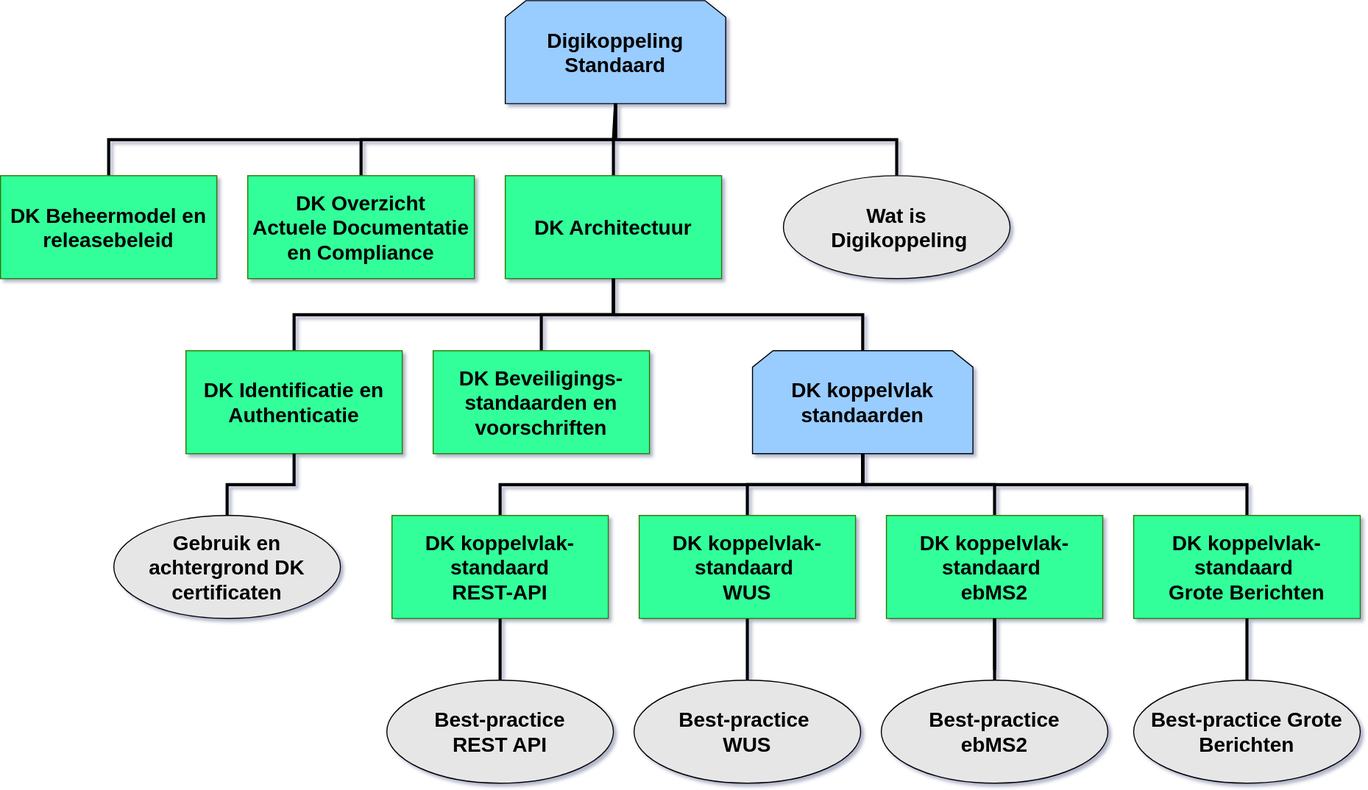
Logius-standaarden/API-Design-Rules keeps this draw.io diagram as media/DK_Specificatie_structuur.svg. Above is the earlier version. Source tidied: cells renumbered, new cells last; positions are measured from the earlier drawing's top-left corner, leaving out a move shared by most shapes. The source it was exported from:
```xml
<mxGraphModel>
  <root>
    <mxCell id="0" />
    <mxCell id="1" parent="0" />
    <mxCell id="2" style="edgeStyle=elbowEdgeStyle;rounded=0;jettySize=auto;html=1;exitX=0.5;exitY=1;exitDx=0;exitDy=0;entryX=0.5;entryY=0;entryDx=0;entryDy=0;fontSize=20;fontColor=#000000;elbow=vertical;strokeWidth=3;endArrow=none;endFill=0;" parent="1" edge="1" source="3" target="4">
      <mxGeometry relative="1" as="geometry" />
    </mxCell>
    <mxCell id="3" value="&lt;b style=&quot;font-size: 20px;&quot;&gt;Digikoppeling&lt;br style=&quot;font-size: 20px;&quot;&gt;&amp;nbsp;Standaard&amp;nbsp;&lt;/b&gt;" style="shape=loopLimit;whiteSpace=wrap;html=1;fontSize=20;fillColor=#99CCFF;" parent="1" vertex="1">
      <mxGeometry x="490" width="214" height="100" as="geometry" />
    </mxCell>
    <mxCell id="4" value="DK Beheermodel en releasebeleid" style="rounded=0;whiteSpace=wrap;html=1;fontSize=20;fontStyle=1;fillColor=#33FF99;strokeColor=#2D7600;fontColor=#000000;" parent="1" vertex="1">
      <mxGeometry y="170" width="210" height="100" as="geometry" />
    </mxCell>
    <mxCell id="5" style="edgeStyle=elbowEdgeStyle;rounded=0;jettySize=auto;elbow=vertical;html=1;exitX=0.5;exitY=0;exitDx=0;exitDy=0;entryX=0.5;entryY=1;entryDx=0;entryDy=0;fontSize=20;fontColor=#000000;endArrow=none;endFill=0;strokeWidth=3;" parent="1" edge="1" source="6" target="3">
      <mxGeometry relative="1" as="geometry" />
    </mxCell>
    <mxCell id="6" value="&lt;div style=&quot;font-size: 20px&quot;&gt;&lt;br&gt;&lt;/div&gt;&lt;div style=&quot;font-size: 20px&quot;&gt;DK Overzicht &lt;br&gt;Actuele Documentatie en Compliance&lt;/div&gt;&lt;div style=&quot;font-size: 20px&quot;&gt;&lt;br style=&quot;font-size: 20px&quot;&gt;&lt;/div&gt;" style="rounded=0;whiteSpace=wrap;html=1;fontSize=20;fontStyle=1;fillColor=#33FF99;strokeColor=#2D7600;fontColor=#000000;" parent="1" vertex="1">
      <mxGeometry x="240" y="170" width="220" height="100" as="geometry" />
    </mxCell>
    <mxCell id="7" style="edgeStyle=elbowEdgeStyle;rounded=0;jettySize=auto;elbow=vertical;html=1;exitX=0.5;exitY=0;exitDx=0;exitDy=0;entryX=0.5;entryY=1;entryDx=0;entryDy=0;fontSize=20;fontColor=#000000;endArrow=none;endFill=0;strokeWidth=3;" parent="1" edge="1" source="9" target="3">
      <mxGeometry relative="1" as="geometry" />
    </mxCell>
    <mxCell id="8" style="edgeStyle=elbowEdgeStyle;rounded=0;jettySize=auto;elbow=vertical;html=1;exitX=0.5;exitY=1;exitDx=0;exitDy=0;entryX=0.5;entryY=0;entryDx=0;entryDy=0;fontSize=20;fontColor=#000000;endArrow=none;endFill=0;strokeWidth=3;" parent="1" edge="1" source="9" target="12">
      <mxGeometry relative="1" as="geometry" />
    </mxCell>
    <mxCell id="9" value="&lt;div style=&quot;font-size: 20px&quot;&gt;DK Architectuur&lt;/div&gt;" style="rounded=0;whiteSpace=wrap;html=1;fontSize=20;fontStyle=1;fillColor=#33FF99;strokeColor=#2D7600;fontColor=#000000;" parent="1" vertex="1">
      <mxGeometry x="490" y="170" width="210" height="100" as="geometry" />
    </mxCell>
    <mxCell id="10" style="edgeStyle=elbowEdgeStyle;rounded=0;jettySize=auto;elbow=vertical;html=1;exitX=0.5;exitY=0;exitDx=0;exitDy=0;entryX=0.5;entryY=1;entryDx=0;entryDy=0;fontSize=20;fontColor=#000000;endArrow=none;endFill=0;strokeWidth=3;" parent="1" edge="1" source="11" target="3">
      <mxGeometry relative="1" as="geometry" />
    </mxCell>
    <mxCell id="11" value="Wat is&lt;br&gt;&amp;nbsp;Digikoppeling" style="ellipse;whiteSpace=wrap;html=1;fontSize=20;fontColor=#000000;fillColor=#E6E6E6;fontStyle=1;" parent="1" vertex="1">
      <mxGeometry x="760" y="170" width="220" height="100" as="geometry" />
    </mxCell>
    <mxCell id="12" value="&lt;div&gt;DK Identificatie en Authenticatie&lt;/div&gt;" style="rounded=0;whiteSpace=wrap;html=1;fontSize=20;fontStyle=1;fillColor=#33FF99;strokeColor=#2D7600;fontColor=#000000;" parent="1" vertex="1">
      <mxGeometry x="180" y="340" width="210" height="100" as="geometry" />
    </mxCell>
    <mxCell id="13" style="edgeStyle=elbowEdgeStyle;rounded=0;jettySize=auto;elbow=vertical;html=1;exitX=0.5;exitY=0;exitDx=0;exitDy=0;entryX=0.5;entryY=1;entryDx=0;entryDy=0;fontSize=20;fontColor=#000000;endArrow=none;endFill=0;strokeWidth=3;" parent="1" edge="1" source="14" target="9">
      <mxGeometry relative="1" as="geometry" />
    </mxCell>
    <mxCell id="14" value="&lt;div&gt;DK Beveiligings-standaarden en voorschriften&lt;/div&gt;" style="rounded=0;whiteSpace=wrap;html=1;fontSize=20;fontStyle=1;fillColor=#33FF99;strokeColor=#2D7600;fontColor=#000000;" parent="1" vertex="1">
      <mxGeometry x="420" y="340" width="210" height="100" as="geometry" />
    </mxCell>
    <mxCell id="15" style="edgeStyle=elbowEdgeStyle;rounded=0;jettySize=auto;elbow=vertical;html=1;exitX=0.5;exitY=0;exitDx=0;exitDy=0;entryX=0.5;entryY=1;entryDx=0;entryDy=0;fontSize=20;fontColor=#000000;endArrow=none;endFill=0;strokeWidth=3;" parent="1" edge="1" source="16" target="9">
      <mxGeometry relative="1" as="geometry" />
    </mxCell>
    <mxCell id="16" value="DK koppelvlak standaarden" style="shape=loopLimit;whiteSpace=wrap;html=1;fontSize=20;fillColor=#99CCFF;fontStyle=1;" parent="1" vertex="1">
      <mxGeometry x="730" y="340" width="214" height="100" as="geometry" />
    </mxCell>
    <mxCell id="17" style="edgeStyle=elbowEdgeStyle;rounded=0;jettySize=auto;elbow=vertical;html=1;exitX=0.5;exitY=0;exitDx=0;exitDy=0;entryX=0.5;entryY=1;entryDx=0;entryDy=0;fontSize=20;fontColor=#000000;endArrow=none;endFill=0;strokeWidth=3;" parent="1" edge="1" source="19" target="16">
      <mxGeometry relative="1" as="geometry" />
    </mxCell>
    <mxCell id="18" style="edgeStyle=elbowEdgeStyle;rounded=0;jettySize=auto;elbow=vertical;html=1;exitX=0.5;exitY=1;exitDx=0;exitDy=0;entryX=0.5;entryY=0;entryDx=0;entryDy=0;fontSize=20;fontColor=#000000;endArrow=none;endFill=0;strokeWidth=3;" parent="1" edge="1" source="19" target="28">
      <mxGeometry relative="1" as="geometry" />
    </mxCell>
    <mxCell id="19" value="&lt;div&gt;DK koppelvlak-standaard&lt;/div&gt;&lt;div&gt;&lt;span&gt;&#9;&lt;/span&gt; REST-API&lt;/div&gt;" style="rounded=0;whiteSpace=wrap;html=1;fontSize=20;fontStyle=1;fillColor=#33FF99;strokeColor=#2D7600;fontColor=#000000;" parent="1" vertex="1">
      <mxGeometry x="380" y="500" width="210" height="100" as="geometry" />
    </mxCell>
    <mxCell id="20" style="edgeStyle=elbowEdgeStyle;rounded=0;jettySize=auto;elbow=vertical;html=1;exitX=0.5;exitY=0;exitDx=0;exitDy=0;entryX=0.5;entryY=1;entryDx=0;entryDy=0;fontSize=20;fontColor=#000000;endArrow=none;endFill=0;strokeWidth=3;" parent="1" edge="1" source="22" target="16">
      <mxGeometry relative="1" as="geometry" />
    </mxCell>
    <mxCell id="21" style="edgeStyle=elbowEdgeStyle;rounded=0;jettySize=auto;elbow=vertical;html=1;exitX=0.5;exitY=1;exitDx=0;exitDy=0;fontSize=20;fontColor=#000000;endArrow=none;endFill=0;strokeWidth=3;entryX=0.5;entryY=0;entryDx=0;entryDy=0;" parent="1" edge="1" source="22" target="29">
      <mxGeometry relative="1" as="geometry" />
    </mxCell>
    <mxCell id="22" value="&lt;div&gt;DK koppelvlak-standaard&amp;nbsp;&lt;/div&gt;&lt;div&gt;&lt;span&gt;&#9;&lt;/span&gt;WUS&lt;/div&gt;" style="rounded=0;whiteSpace=wrap;html=1;fontSize=20;fontStyle=1;fillColor=#33FF99;strokeColor=#2D7600;fontColor=#000000;" parent="1" vertex="1">
      <mxGeometry x="620" y="500" width="210" height="100" as="geometry" />
    </mxCell>
    <mxCell id="23" style="edgeStyle=elbowEdgeStyle;rounded=0;jettySize=auto;elbow=vertical;html=1;exitX=0.5;exitY=0;exitDx=0;exitDy=0;entryX=0.5;entryY=1;entryDx=0;entryDy=0;fontSize=20;fontColor=#000000;endArrow=none;endFill=0;strokeWidth=3;" parent="1" edge="1" source="25" target="16">
      <mxGeometry relative="1" as="geometry" />
    </mxCell>
    <mxCell id="24" style="edgeStyle=elbowEdgeStyle;rounded=0;jettySize=auto;elbow=vertical;html=1;exitX=0.5;exitY=1;exitDx=0;exitDy=0;fontSize=20;fontColor=#000000;endArrow=none;endFill=0;strokeWidth=3;" parent="1" edge="1" source="25">
      <mxGeometry relative="1" as="geometry">
        <mxPoint x="965" y="650" as="targetPoint" />
      </mxGeometry>
    </mxCell>
    <mxCell id="25" value="&lt;div&gt;DK koppelvlak-standaard&amp;nbsp;&lt;/div&gt;&lt;div&gt;&lt;span&gt;&#9;&lt;/span&gt;ebMS2&lt;/div&gt;" style="rounded=0;whiteSpace=wrap;html=1;fontSize=20;fontStyle=1;fillColor=#33FF99;strokeColor=#2D7600;fontColor=#000000;" parent="1" vertex="1">
      <mxGeometry x="860" y="500" width="210" height="100" as="geometry" />
    </mxCell>
    <mxCell id="26" style="edgeStyle=elbowEdgeStyle;rounded=0;jettySize=auto;elbow=vertical;html=1;exitX=0.5;exitY=0;exitDx=0;exitDy=0;entryX=0.5;entryY=1;entryDx=0;entryDy=0;fontSize=20;fontColor=#000000;endArrow=none;endFill=0;strokeWidth=3;" parent="1" edge="1" source="27" target="16">
      <mxGeometry relative="1" as="geometry" />
    </mxCell>
    <mxCell id="27" value="DK koppelvlak-standaard &#10;&#9;Grote Berichten" style="rounded=0;whiteSpace=wrap;html=1;fontSize=20;fontStyle=1;fillColor=#33FF99;strokeColor=#2D7600;fontColor=#000000;" parent="1" vertex="1">
      <mxGeometry x="1100" y="500" width="220" height="100" as="geometry" />
    </mxCell>
    <mxCell id="28" value="&lt;div&gt;Best-practice&lt;/div&gt;&lt;div&gt;&lt;span&gt;&#9;&#9;&lt;/span&gt;REST API&lt;/div&gt;" style="ellipse;whiteSpace=wrap;html=1;fontSize=20;fontColor=#000000;fillColor=#E6E6E6;fontStyle=1;" parent="1" vertex="1">
      <mxGeometry x="375" y="660" width="220" height="100" as="geometry" />
    </mxCell>
    <mxCell id="29" value="&lt;div&gt;Best-practice&amp;nbsp;&lt;/div&gt;&lt;div&gt;&lt;span&gt;&#9;&#9;&lt;/span&gt;WUS&lt;/div&gt;" style="ellipse;whiteSpace=wrap;html=1;fontSize=20;fontColor=#000000;fillColor=#E6E6E6;fontStyle=1;" parent="1" vertex="1">
      <mxGeometry x="615" y="660" width="220" height="100" as="geometry" />
    </mxCell>
    <mxCell id="30" style="edgeStyle=elbowEdgeStyle;rounded=0;jettySize=auto;elbow=vertical;html=1;fontSize=20;fontColor=#000000;endArrow=none;endFill=0;strokeWidth=3;" parent="1" edge="1" source="31" target="25">
      <mxGeometry relative="1" as="geometry" />
    </mxCell>
    <mxCell id="31" value="Best-practice &lt;br&gt;ebMS2" style="ellipse;whiteSpace=wrap;html=1;fontSize=20;fontColor=#000000;fillColor=#E6E6E6;fontStyle=1;" parent="1" vertex="1">
      <mxGeometry x="855" y="660" width="220" height="100" as="geometry" />
    </mxCell>
    <mxCell id="32" value="Best-practice Grote Berichten" style="ellipse;whiteSpace=wrap;html=1;fontSize=20;fontColor=#000000;fillColor=#E6E6E6;fontStyle=1;" parent="1" vertex="1">
      <mxGeometry x="1100" y="660" width="220" height="100" as="geometry" />
    </mxCell>
    <mxCell id="33" style="edgeStyle=elbowEdgeStyle;rounded=0;jettySize=auto;elbow=vertical;html=1;exitX=0.5;exitY=0;exitDx=0;exitDy=0;entryX=0.5;entryY=1;entryDx=0;entryDy=0;fontSize=20;fontColor=#000000;endArrow=none;endFill=0;strokeWidth=3;" parent="1" edge="1" source="34" target="12">
      <mxGeometry relative="1" as="geometry" />
    </mxCell>
    <mxCell id="34" value="&lt;div&gt;&lt;font style=&quot;font-size: 20px&quot;&gt;Gebruik en achtergrond DK certificaten&lt;/font&gt;&lt;/div&gt;" style="ellipse;whiteSpace=wrap;html=1;fontSize=20;fontColor=#000000;fillColor=#E6E6E6;fontStyle=1;" parent="1" vertex="1">
      <mxGeometry x="110" y="500" width="220" height="100" as="geometry" />
    </mxCell>
    <mxCell id="35" style="edgeStyle=elbowEdgeStyle;rounded=0;jettySize=auto;elbow=vertical;html=1;exitX=0.5;exitY=1;exitDx=0;exitDy=0;fontSize=20;fontColor=#000000;endArrow=none;endFill=0;strokeWidth=3;entryX=0.5;entryY=0;entryDx=0;entryDy=0;" parent="1" edge="1" source="27" target="32">
      <mxGeometry relative="1" as="geometry" />
    </mxCell>
  </root>
</mxGraphModel>
```
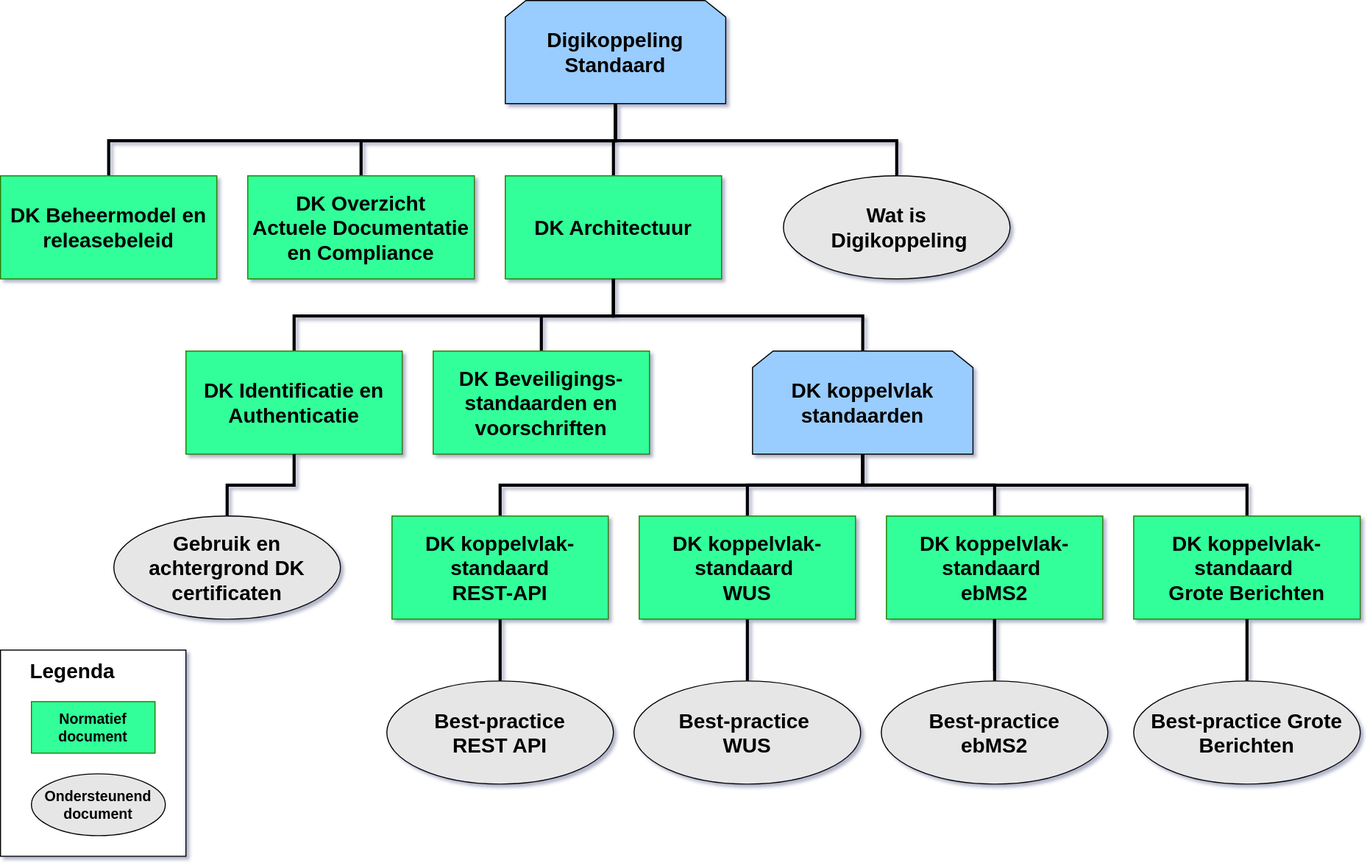
After the commit.

Diff of the diagram source:
```diff
@@ -68,11 +68,11 @@
     <mxCell id="23" style="edgeStyle=elbowEdgeStyle;rounded=0;jettySize=auto;elbow=vertical;html=1;exitX=0.5;exitY=0;exitDx=0;exitDy=0;entryX=0.5;entryY=1;entryDx=0;entryDy=0;fontSize=20;fontColor=#000000;endArrow=none;endFill=0;strokeWidth=3;" parent="1" edge="1" source="25" target="16">
       <mxGeometry relative="1" as="geometry" />
     </mxCell>
-    <mxCell id="24" style="edgeStyle=elbowEdgeStyle;rounded=0;jettySize=auto;elbow=vertical;html=1;exitX=0.5;exitY=1;exitDx=0;exitDy=0;fontSize=20;fontColor=#000000;endArrow=none;endFill=0;strokeWidth=3;" parent="1" edge="1" source="25">
-      <mxGeometry relative="1" as="geometry">
-        <mxPoint x="965" y="650" as="targetPoint" />
-      </mxGeometry>
-    </mxCell>
+    <mxCell id="36" style="edgeStyle=elbowEdgeStyle;rounded=0;jettySize=auto;elbow=vertical;html=1;exitX=0.5;exitY=1;exitDx=0;exitDy=0;fontSize=20;fontColor=#000000;endArrow=none;endFill=0;strokeWidth=3;" parent="1" edge="1" source="25">
+      <mxGeometry relative="1" as="geometry">
+        <mxPoint x="965" y="650" as="targetPoint" />
+      </mxGeometry>
+    </mxCell>
     <mxCell id="25" value="&lt;div&gt;DK koppelvlak-standaard&amp;nbsp;&lt;/div&gt;&lt;div&gt;&lt;span&gt;&#9;&lt;/span&gt;ebMS2&lt;/div&gt;" style="rounded=0;whiteSpace=wrap;html=1;fontSize=20;fontStyle=1;fillColor=#33FF99;strokeColor=#2D7600;fontColor=#000000;" parent="1" vertex="1">
       <mxGeometry x="860" y="500" width="210" height="100" as="geometry" />
     </mxCell>
@@ -106,5 +106,17 @@
     <mxCell id="35" style="edgeStyle=elbowEdgeStyle;rounded=0;jettySize=auto;elbow=vertical;html=1;exitX=0.5;exitY=1;exitDx=0;exitDy=0;fontSize=20;fontColor=#000000;endArrow=none;endFill=0;strokeWidth=3;entryX=0.5;entryY=0;entryDx=0;entryDy=0;" parent="1" edge="1" source="27" target="32">
       <mxGeometry relative="1" as="geometry" />
     </mxCell>
+    <mxCell id="37" style="rounded=0;whiteSpace=wrap;html=1;fontSize=14;" parent="1" vertex="1">
+      <mxGeometry y="630" width="180" height="200" as="geometry" />
+    </mxCell>
+    <mxCell id="38" value="Legenda" style="text;html=1;strokeColor=none;fillColor=none;align=center;verticalAlign=middle;whiteSpace=wrap;rounded=0;fontSize=20;fontStyle=1;" parent="1" vertex="1">
+      <mxGeometry x="50" y="640" width="40" height="20" as="geometry" />
+    </mxCell>
+    <mxCell id="39" value="&lt;div style=&quot;font-size: 14px&quot;&gt;Ondersteunend&lt;br&gt;document&lt;/div&gt;" style="ellipse;whiteSpace=wrap;html=1;fontSize=20;fontColor=#000000;fillColor=#E6E6E6;fontStyle=1;" parent="1" vertex="1">
+      <mxGeometry x="30" y="750" width="130" height="60" as="geometry" />
+    </mxCell>
+    <mxCell id="40" value="Normatief &lt;br style=&quot;font-size: 14px;&quot;&gt;document&lt;br style=&quot;font-size: 14px;&quot;&gt;" style="rounded=0;whiteSpace=wrap;html=1;fontSize=14;fontStyle=1;fillColor=#33FF99;strokeColor=#2D7600;fontColor=#000000;" parent="1" vertex="1">
+      <mxGeometry x="30" y="680" width="120" height="50" as="geometry" />
+    </mxCell>
   </root>
 </mxGraphModel>
```
